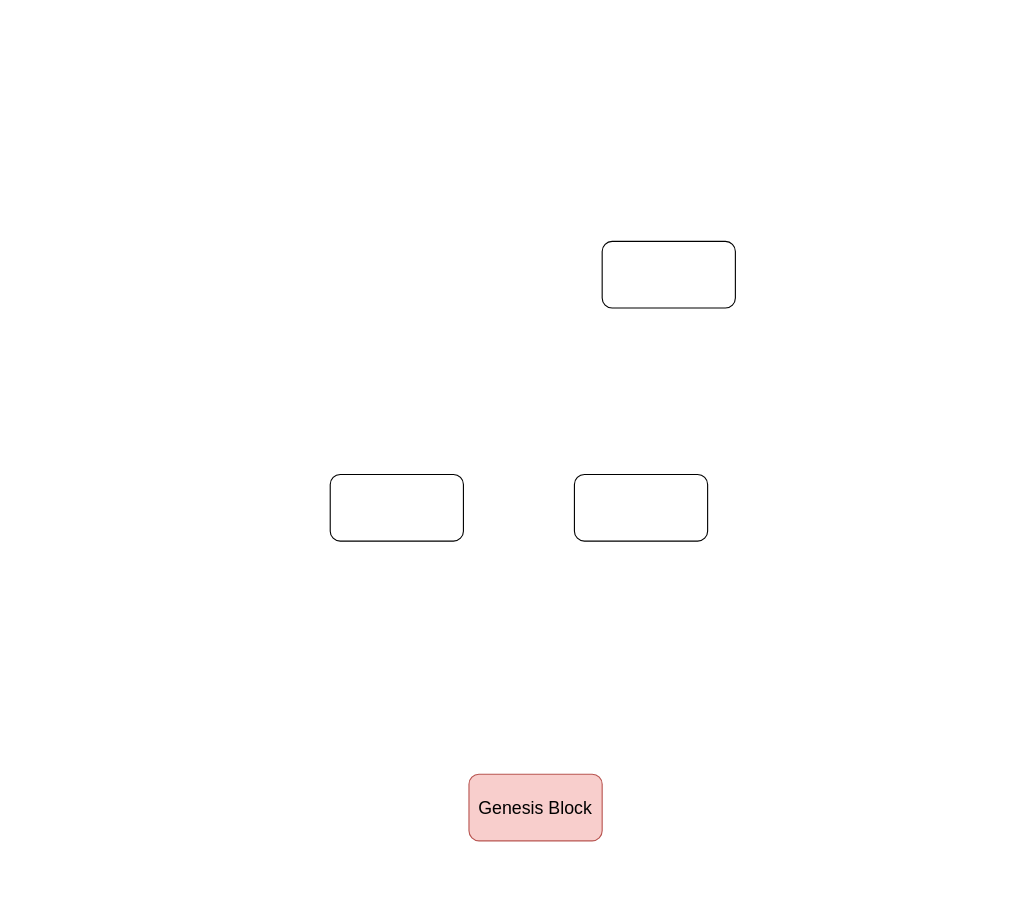
This is ethereum-research/consensus/Casper/new Checkpoint tree.drawio from 0xyicheng/a-research-diagram, a draw.io file, before an edit. Source tidied: cells renumbered, new cells numbered last; positions are measured from the earlier drawing's top-left corner, leaving out a move shared by most shapes. Both pictures are drawn from the tidied source at 111%, with x=0, y=0 at pixel (330, 241).
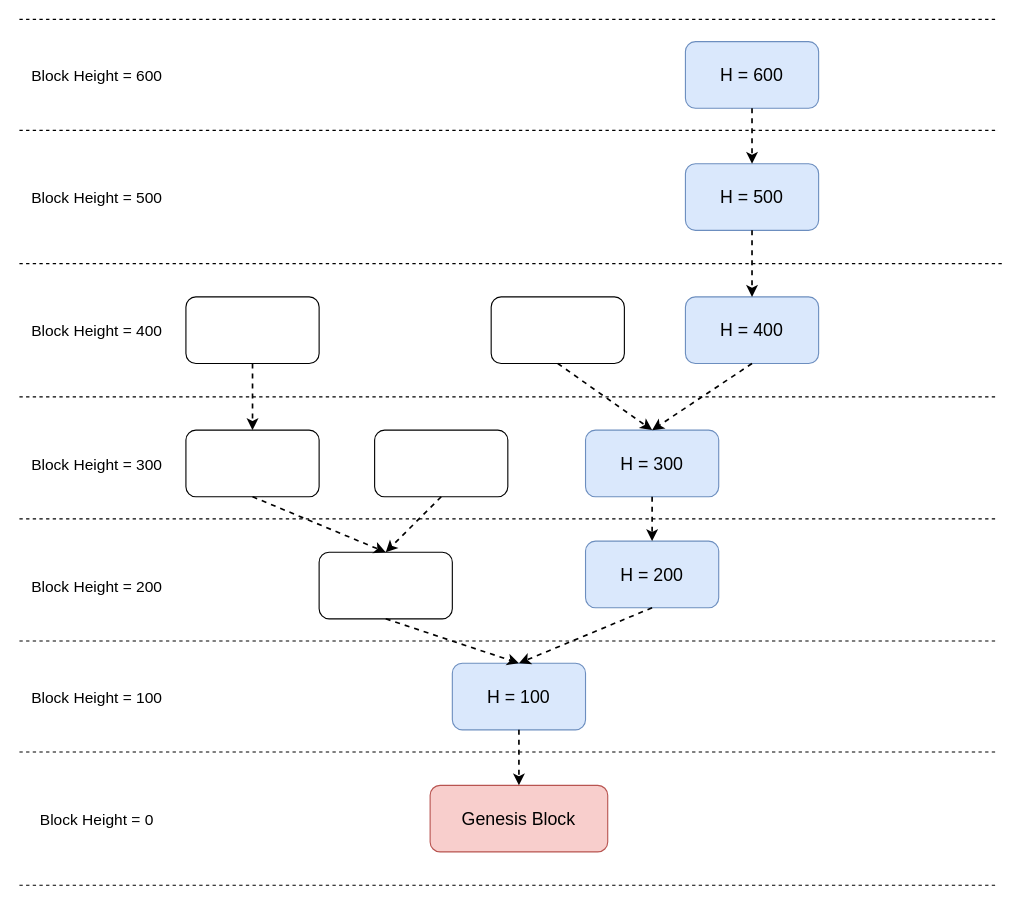
The same page after the edit.

What changed in the source:
```diff
@@
     <mxCell id="2" value="&lt;font style=&quot;font-size: 16px;&quot;&gt;Genesis Block&lt;/font&gt;" style="rounded=1;whiteSpace=wrap;html=1;fillColor=#f8cecc;strokeColor=#b85450;" parent="1" vertex="1">
-      <mxGeometry x="125" y="480" width="120" height="60" as="geometry" />
+      <mxGeometry x="90" y="490" width="160" height="60" as="geometry" />
     </mxCell>
-    <mxCell id="3" style="rounded=1;whiteSpace=wrap;html=1;fontSize=16;" parent="1" vertex="1">
-      <mxGeometry y="210" width="120" height="60" as="geometry" />
+    <mxCell id="3" value="H = 100" style="rounded=1;whiteSpace=wrap;html=1;fontSize=16;fillColor=#dae8fc;strokeColor=#6c8ebf;" parent="1" vertex="1">
+      <mxGeometry x="110" y="380" width="120" height="60" as="geometry" />
     </mxCell>
-    <mxCell id="4" style="rounded=1;whiteSpace=wrap;html=1;fontSize=16;" parent="1" vertex="1">
-      <mxGeometry x="220" y="210" width="120" height="60" as="geometry" />
+    <mxCell id="4" value="H = 200" style="rounded=1;whiteSpace=wrap;html=1;fontSize=16;fillColor=#dae8fc;strokeColor=#6c8ebf;" parent="1" vertex="1">
+      <mxGeometry x="230" y="270" width="120" height="60" as="geometry" />
     </mxCell>
-    <mxCell id="5" style="rounded=1;whiteSpace=wrap;html=1;fontSize=16;" parent="1" vertex="1">
-      <mxGeometry x="245" width="120" height="60" as="geometry" />
+    <mxCell id="5" value="H = 300" style="rounded=1;whiteSpace=wrap;html=1;fontSize=16;fillColor=#dae8fc;strokeColor=#6c8ebf;" parent="1" vertex="1">
+      <mxGeometry x="230" y="170" width="120" height="60" as="geometry" />
     </mxCell>
+    <mxCell id="6" style="rounded=1;whiteSpace=wrap;html=1;fontSize=16;" parent="1" vertex="1">
+      <mxGeometry x="-10" y="280" width="120" height="60" as="geometry" />
+    </mxCell>
+    <mxCell id="7" style="rounded=1;whiteSpace=wrap;html=1;fontSize=16;" parent="1" vertex="1">
+      <mxGeometry x="-130" y="170" width="120" height="60" as="geometry" />
+    </mxCell>
+    <mxCell id="8" style="rounded=1;whiteSpace=wrap;html=1;fontSize=16;" parent="1" vertex="1">
+      <mxGeometry x="40" y="170" width="120" height="60" as="geometry" />
+    </mxCell>
+    <mxCell id="9" style="rounded=1;whiteSpace=wrap;html=1;fontSize=16;" parent="1" vertex="1">
+      <mxGeometry x="-130" y="50" width="120" height="60" as="geometry" />
+    </mxCell>
+    <mxCell id="10" style="rounded=1;whiteSpace=wrap;html=1;fontSize=16;" parent="1" vertex="1">
+      <mxGeometry x="145" y="50" width="120" height="60" as="geometry" />
+    </mxCell>
+    <mxCell id="11" value="H = 400" style="rounded=1;whiteSpace=wrap;html=1;fontSize=16;fillColor=#dae8fc;strokeColor=#6c8ebf;" parent="1" vertex="1">
+      <mxGeometry x="320" y="50" width="120" height="60" as="geometry" />
+    </mxCell>
+    <mxCell id="12" value="H = 500" style="rounded=1;whiteSpace=wrap;html=1;fontSize=16;fillColor=#dae8fc;strokeColor=#6c8ebf;" parent="1" vertex="1">
+      <mxGeometry x="320" y="-70" width="120" height="60" as="geometry" />
+    </mxCell>
+    <mxCell id="13" value="H = 600" style="rounded=1;whiteSpace=wrap;html=1;fontSize=16;fillColor=#dae8fc;strokeColor=#6c8ebf;" parent="1" vertex="1">
+      <mxGeometry x="320" y="-180" width="120" height="60" as="geometry" />
+    </mxCell>
+    <mxCell id="14" style="endArrow=classic;html=1;rounded=0;fontSize=16;strokeWidth=1.5;dashed=1;exitX=0.5;exitY=1;exitDx=0;exitDy=0;entryX=0.5;entryY=0;entryDx=0;entryDy=0;" parent="1" edge="1" source="3" target="2">
+      <mxGeometry relative="1" as="geometry" />
+    </mxCell>
+    <mxCell id="15" style="endArrow=classic;html=1;rounded=0;fontSize=16;strokeWidth=1.5;dashed=1;exitX=0.5;exitY=1;exitDx=0;exitDy=0;entryX=0.5;entryY=0;entryDx=0;entryDy=0;" parent="1" edge="1" source="6" target="3">
+      <mxGeometry relative="1" as="geometry" />
+    </mxCell>
+    <mxCell id="16" style="endArrow=classic;html=1;rounded=0;fontSize=16;strokeWidth=1.5;dashed=1;exitX=0.5;exitY=1;exitDx=0;exitDy=0;entryX=0.5;entryY=0;entryDx=0;entryDy=0;" parent="1" edge="1" source="4" target="3">
+      <mxGeometry relative="1" as="geometry" />
+    </mxCell>
+    <mxCell id="17" style="endArrow=classic;html=1;rounded=0;fontSize=16;strokeWidth=1.5;dashed=1;exitX=0.5;exitY=1;exitDx=0;exitDy=0;entryX=0.5;entryY=0;entryDx=0;entryDy=0;" parent="1" edge="1" source="5" target="4">
+      <mxGeometry relative="1" as="geometry" />
+    </mxCell>
+    <mxCell id="18" style="endArrow=classic;html=1;rounded=0;fontSize=16;strokeWidth=1.5;dashed=1;exitX=0.5;exitY=1;exitDx=0;exitDy=0;entryX=0.5;entryY=0;entryDx=0;entryDy=0;" parent="1" edge="1" source="8" target="6">
+      <mxGeometry relative="1" as="geometry" />
+    </mxCell>
+    <mxCell id="19" style="endArrow=classic;html=1;rounded=0;fontSize=16;strokeWidth=1.5;dashed=1;exitX=0.5;exitY=1;exitDx=0;exitDy=0;entryX=0.5;entryY=0;entryDx=0;entryDy=0;" parent="1" edge="1" source="7" target="6">
+      <mxGeometry relative="1" as="geometry" />
+    </mxCell>
+    <mxCell id="20" style="endArrow=classic;html=1;rounded=0;fontSize=16;strokeWidth=1.5;dashed=1;exitX=0.5;exitY=1;exitDx=0;exitDy=0;entryX=0.5;entryY=0;entryDx=0;entryDy=0;" parent="1" edge="1" source="9" target="7">
+      <mxGeometry relative="1" as="geometry" />
+    </mxCell>
+    <mxCell id="21" style="endArrow=classic;html=1;rounded=0;fontSize=16;strokeWidth=1.5;dashed=1;exitX=0.5;exitY=1;exitDx=0;exitDy=0;entryX=0.5;entryY=0;entryDx=0;entryDy=0;" parent="1" edge="1" source="10" target="5">
+      <mxGeometry relative="1" as="geometry" />
+    </mxCell>
+    <mxCell id="22" style="endArrow=classic;html=1;rounded=0;fontSize=16;strokeWidth=1.5;dashed=1;exitX=0.5;exitY=1;exitDx=0;exitDy=0;entryX=0.5;entryY=0;entryDx=0;entryDy=0;" parent="1" edge="1" source="11" target="5">
+      <mxGeometry relative="1" as="geometry" />
+    </mxCell>
+    <mxCell id="23" style="endArrow=classic;html=1;rounded=0;fontSize=16;strokeWidth=1.5;dashed=1;exitX=0.5;exitY=1;exitDx=0;exitDy=0;entryX=0.5;entryY=0;entryDx=0;entryDy=0;" parent="1" edge="1" source="12" target="11">
+      <mxGeometry relative="1" as="geometry" />
+    </mxCell>
+    <mxCell id="24" style="endArrow=classic;html=1;rounded=0;fontSize=16;strokeWidth=1.5;dashed=1;exitX=0.5;exitY=1;exitDx=0;exitDy=0;entryX=0.5;entryY=0;entryDx=0;entryDy=0;" parent="1" edge="1" source="13" target="12">
+      <mxGeometry relative="1" as="geometry" />
+    </mxCell>
+    <mxCell id="25" style="endArrow=none;dashed=1;html=1;rounded=0;strokeWidth=1;fontSize=16;" parent="1" edge="1">
+      <mxGeometry relative="1" as="geometry">
+        <mxPoint x="-280" y="460" as="sourcePoint" />
+        <mxPoint x="600" y="460" as="targetPoint" />
+      </mxGeometry>
+    </mxCell>
+    <mxCell id="26" style="endArrow=none;dashed=1;html=1;rounded=0;strokeWidth=1;fontSize=16;" parent="1" edge="1">
+      <mxGeometry relative="1" as="geometry">
+        <mxPoint x="-280" y="580" as="sourcePoint" />
+        <mxPoint x="600" y="580" as="targetPoint" />
+      </mxGeometry>
+    </mxCell>
+    <mxCell id="27" style="endArrow=none;dashed=1;html=1;rounded=0;strokeWidth=1;fontSize=16;" parent="1" edge="1">
+      <mxGeometry relative="1" as="geometry">
+        <mxPoint x="-280" y="360" as="sourcePoint" />
+        <mxPoint x="600" y="360" as="targetPoint" />
+      </mxGeometry>
+    </mxCell>
+    <mxCell id="28" style="endArrow=none;dashed=1;html=1;rounded=0;strokeWidth=1;fontSize=16;" parent="1" edge="1">
+      <mxGeometry relative="1" as="geometry">
+        <mxPoint x="-280" y="250" as="sourcePoint" />
+        <mxPoint x="600" y="250" as="targetPoint" />
+      </mxGeometry>
+    </mxCell>
+    <mxCell id="29" style="endArrow=none;dashed=1;html=1;rounded=0;strokeWidth=1;fontSize=16;" parent="1" edge="1">
+      <mxGeometry relative="1" as="geometry">
+        <mxPoint x="-280" y="140" as="sourcePoint" />
+        <mxPoint x="600" y="140" as="targetPoint" />
+      </mxGeometry>
+    </mxCell>
+    <mxCell id="30" style="endArrow=none;dashed=1;html=1;rounded=0;strokeWidth=1;fontSize=16;" parent="1" edge="1">
+      <mxGeometry relative="1" as="geometry">
+        <mxPoint x="-280" y="20" as="sourcePoint" />
+        <mxPoint x="605" y="20" as="targetPoint" />
+      </mxGeometry>
+    </mxCell>
+    <mxCell id="31" style="endArrow=none;dashed=1;html=1;rounded=0;strokeWidth=1;fontSize=16;" parent="1" edge="1">
+      <mxGeometry relative="1" as="geometry">
+        <mxPoint x="-280" y="-100" as="sourcePoint" />
+        <mxPoint x="600" y="-100" as="targetPoint" />
+      </mxGeometry>
+    </mxCell>
+    <mxCell id="32" value="&lt;font style=&quot;font-size: 14px;&quot;&gt;Block Height = 0&lt;/font&gt;" style="text;html=1;strokeColor=none;fillColor=none;align=center;verticalAlign=middle;whiteSpace=wrap;rounded=0;fontSize=16;" parent="1" vertex="1">
+      <mxGeometry x="-280" y="515" width="140" height="10" as="geometry" />
+    </mxCell>
+    <mxCell id="33" value="&lt;font style=&quot;font-size: 14px;&quot;&gt;Block Height = 100&lt;/font&gt;" style="text;html=1;strokeColor=none;fillColor=none;align=center;verticalAlign=middle;whiteSpace=wrap;rounded=0;fontSize=16;" parent="1" vertex="1">
+      <mxGeometry x="-280" y="405" width="140" height="10" as="geometry" />
+    </mxCell>
+    <mxCell id="34" value="&lt;font style=&quot;font-size: 14px;&quot;&gt;Block Height = 200&lt;/font&gt;" style="text;html=1;strokeColor=none;fillColor=none;align=center;verticalAlign=middle;whiteSpace=wrap;rounded=0;fontSize=16;" parent="1" vertex="1">
+      <mxGeometry x="-280" y="305" width="140" height="10" as="geometry" />
+    </mxCell>
+    <mxCell id="35" value="&lt;font style=&quot;font-size: 14px;&quot;&gt;Block Height = 300&lt;/font&gt;" style="text;html=1;strokeColor=none;fillColor=none;align=center;verticalAlign=middle;whiteSpace=wrap;rounded=0;fontSize=16;" parent="1" vertex="1">
+      <mxGeometry x="-280" y="195" width="140" height="10" as="geometry" />
+    </mxCell>
+    <mxCell id="36" value="&lt;font style=&quot;font-size: 14px;&quot;&gt;Block Height = 400&lt;br&gt;&lt;/font&gt;" style="text;html=1;strokeColor=none;fillColor=none;align=center;verticalAlign=middle;whiteSpace=wrap;rounded=0;fontSize=16;" parent="1" vertex="1">
+      <mxGeometry x="-280" y="75" width="140" height="10" as="geometry" />
+    </mxCell>
+    <mxCell id="37" value="&lt;font style=&quot;font-size: 14px;&quot;&gt;Block Height = 500&lt;/font&gt;" style="text;html=1;strokeColor=none;fillColor=none;align=center;verticalAlign=middle;whiteSpace=wrap;rounded=0;fontSize=16;" parent="1" vertex="1">
+      <mxGeometry x="-280" y="-45" width="140" height="10" as="geometry" />
+    </mxCell>
+    <mxCell id="38" value="&lt;font style=&quot;font-size: 14px;&quot;&gt;Block Height = 600&lt;/font&gt;" style="text;html=1;strokeColor=none;fillColor=none;align=center;verticalAlign=middle;whiteSpace=wrap;rounded=0;fontSize=16;" parent="1" vertex="1">
+      <mxGeometry x="-280" y="-155" width="140" height="10" as="geometry" />
+    </mxCell>
+    <mxCell id="39" style="endArrow=none;dashed=1;html=1;rounded=0;strokeWidth=1;fontSize=16;" parent="1" edge="1">
+      <mxGeometry relative="1" as="geometry">
+        <mxPoint x="-280" y="-200" as="sourcePoint" />
+        <mxPoint x="600" y="-200" as="targetPoint" />
+      </mxGeometry>
+    </mxCell>
```
